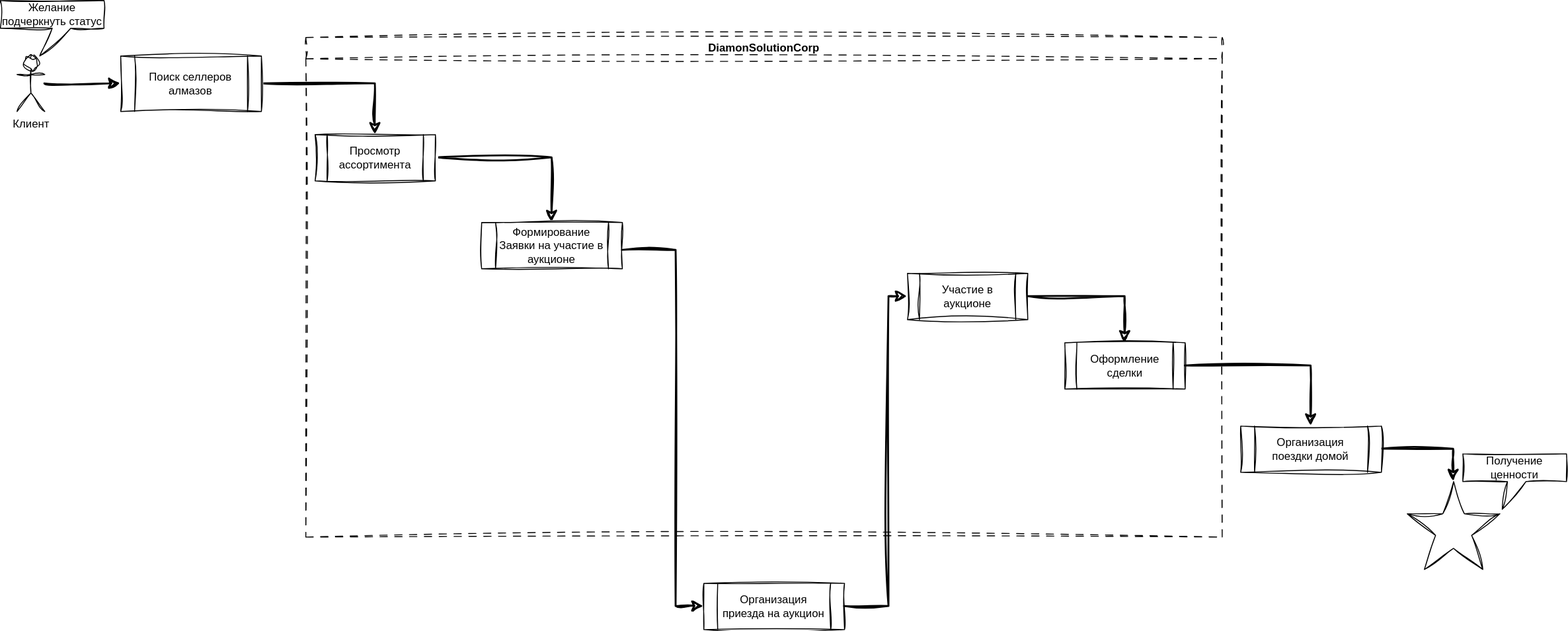
Earlier version of the draw.io export task1/DIamonSolution-High AS IS.drawio.svg (SkySai1/Solution-DiamondUniverse). Source tidied: cells renumbered, new cells last; positions are measured from the earlier drawing's top-left corner, leaving out a move shared by most shapes.
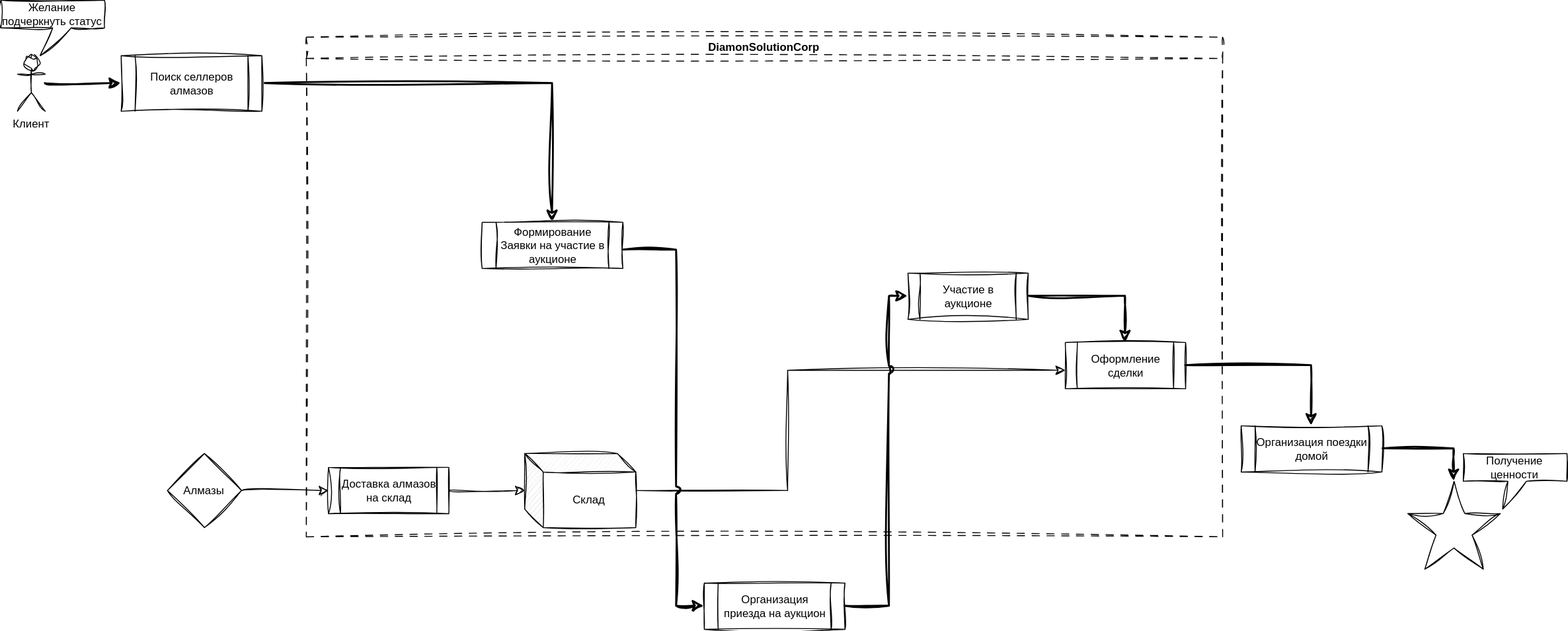
The same file after the commit.

What changed in the source:
```diff
@@ -23,21 +23,38 @@
     <mxCell id="8" value="Желание подчеркнуть статус" style="shape=callout;whiteSpace=wrap;html=1;perimeter=calloutPerimeter;position2=0.38;sketch=1;curveFitting=1;jiggle=2;" parent="2" vertex="1">
       <mxGeometry x="-330" y="-40" width="112" height="60" as="geometry" />
     </mxCell>
-    <mxCell id="9" style="edgeStyle=orthogonalEdgeStyle;rounded=0;jettySize=auto;html=1;fontSize=12;startSize=8;endSize=8;sketch=1;curveFitting=1;jiggle=2;strokeWidth=2;" parent="2" edge="1" source="10" target="12">
+    <mxCell id="9" style="edgeStyle=orthogonalEdgeStyle;rounded=0;jettySize=auto;html=1;fontSize=12;startSize=8;endSize=8;sketch=1;curveFitting=1;jiggle=2;strokeWidth=2;" parent="2" edge="1" source="10" target="13">
       <mxGeometry relative="1" as="geometry" />
     </mxCell>
     <mxCell id="10" value="Поиск селлеров алмазов" style="shape=process;whiteSpace=wrap;html=1;backgroundOutline=1;sketch=1;curveFitting=1;jiggle=2;" parent="2" vertex="1">
       <mxGeometry x="-200" y="20" width="152" height="60" as="geometry" />
     </mxCell>
-    <mxCell id="11" style="edgeStyle=orthogonalEdgeStyle;rounded=0;jettySize=auto;html=1;fontSize=12;startSize=8;endSize=8;sketch=1;curveFitting=1;jiggle=2;strokeWidth=2;" parent="2" edge="1" source="12" target="13">
-      <mxGeometry relative="1" as="geometry" />
-    </mxCell>
-    <mxCell id="12" value="Просмотр ассортимента" style="shape=process;whiteSpace=wrap;html=1;backgroundOutline=1;sketch=1;curveFitting=1;jiggle=2;" parent="2" vertex="1">
-      <mxGeometry x="10" y="105" width="130" height="50" as="geometry" />
-    </mxCell>
     <mxCell id="13" value="Формирование Заявки на участие в аукционе" style="shape=process;whiteSpace=wrap;html=1;backgroundOutline=1;sketch=1;curveFitting=1;jiggle=2;" parent="2" vertex="1">
       <mxGeometry x="190" y="200" width="152" height="50" as="geometry" />
     </mxCell>
+    <mxCell id="22" style="edgeStyle=none;curved=1;rounded=0;jettySize=auto;html=1;fontSize=12;startSize=8;endSize=8;sketch=1;curveFitting=1;jiggle=2;" parent="2" edge="1" source="23" target="25">
+      <mxGeometry relative="1" as="geometry" />
+    </mxCell>
+    <mxCell id="23" value="Доставка алмазов на склад" style="shape=process;whiteSpace=wrap;html=1;backgroundOutline=1;sketch=1;curveFitting=1;jiggle=2;" parent="2" vertex="1">
+      <mxGeometry x="24" y="465" width="130" height="50" as="geometry" />
+    </mxCell>
+    <mxCell id="24" style="edgeStyle=orthogonalEdgeStyle;rounded=0;jettySize=auto;html=1;fontSize=12;startSize=8;endSize=8;sketch=1;curveFitting=1;jiggle=2;" parent="2" edge="1" source="25" target="5">
+      <mxGeometry relative="1" as="geometry">
+        <Array as="points">
+          <mxPoint x="520" y="490" />
+          <mxPoint x="520" y="360" />
+        </Array>
+      </mxGeometry>
+    </mxCell>
+    <mxCell id="25" value="Склад" style="shape=cube;whiteSpace=wrap;html=1;boundedLbl=1;backgroundOutline=1;darkOpacity=0.05;darkOpacity2=0.1;sketch=1;curveFitting=1;jiggle=2;" parent="2" vertex="1">
+      <mxGeometry x="236" y="450" width="120" height="80" as="geometry" />
+    </mxCell>
+    <mxCell id="26" style="edgeStyle=none;curved=1;rounded=0;jettySize=auto;html=1;fontSize=12;startSize=8;endSize=8;sketch=1;curveFitting=1;jiggle=2;" parent="2" edge="1" source="27" target="23">
+      <mxGeometry relative="1" as="geometry" />
+    </mxCell>
+    <mxCell id="27" value="Алмазы" style="rhombus;whiteSpace=wrap;html=1;shapeInside=1;sketch=1;curveFitting=1;jiggle=2;" parent="2" vertex="1">
+      <mxGeometry x="-150" y="450" width="80" height="80" as="geometry" />
+    </mxCell>
     <mxCell id="14" value="Организация приезда на аукцион" style="shape=process;whiteSpace=wrap;html=1;backgroundOutline=1;sketch=1;curveFitting=1;jiggle=2;" parent="1" vertex="1">
       <mxGeometry x="760" y="630" width="152" height="50" as="geometry" />
     </mxCell>
```
